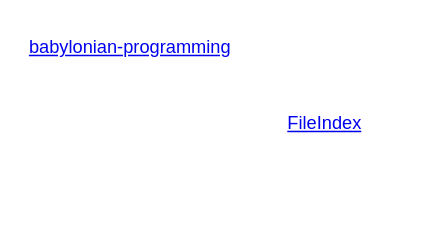
Above: doc/architecture/architecture.drawio in LivelyKernel/lively4-core (draw.io), before the change. Source tidied: cells renumbered, new cells numbered last; positions are measured from the earlier drawing's top-left corner, leaving out a move shared by most shapes. Both pictures are drawn from the tidied source at 152%, with x=0, y=0 at pixel (26, 26). Pictures stored in the file or linked from it are replaced by grey dashed boxes.
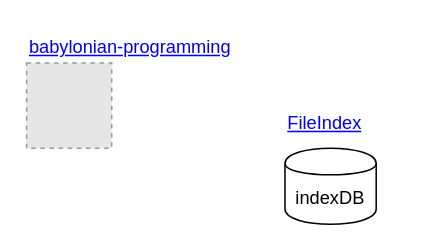
The same diagram, later.

Change to the diagram source:
```diff
@@
 <mxGraphModel background="#ffffff">
   <root>
     <mxCell id="0" />
     <mxCell id="1" parent="0" />
     <mxCell id="2" value="&lt;a href=&quot;babylonian-programming.md&quot;&gt;babylonian-programming&lt;/a&gt;" style="text;html=1;" parent="1" vertex="1">
       <mxGeometry width="160" height="30" as="geometry" />
     </mxCell>
     <mxCell id="3" value="&lt;a href=&quot;fileindex.md&quot;&gt;FileIndex&lt;/a&gt;" style="text;html=1;" parent="1" vertex="1">
       <mxGeometry x="170" y="50" width="90" height="30" as="geometry" />
     </mxCell>
+    <mxCell id="4" value="indexDB" style="shape=cylinder;whiteSpace=wrap;html=1;boundedLbl=1;backgroundOutline=1;" parent="1" vertex="1">
+      <mxGeometry x="170" y="80" width="60" height="50" as="geometry" />
+    </mxCell>
+    <mxCell id="5" style="fillColor=#E6E6E6;strokeColor=#999999;dashed=1;verticalLabelPosition=bottom;labelBackgroundColor=#ffffff;verticalAlign=top;" parent="1" vertex="1">
+      <mxGeometry y="24" width="56" height="56" as="geometry" />
+    </mxCell>
   </root>
 </mxGraphModel>
```
